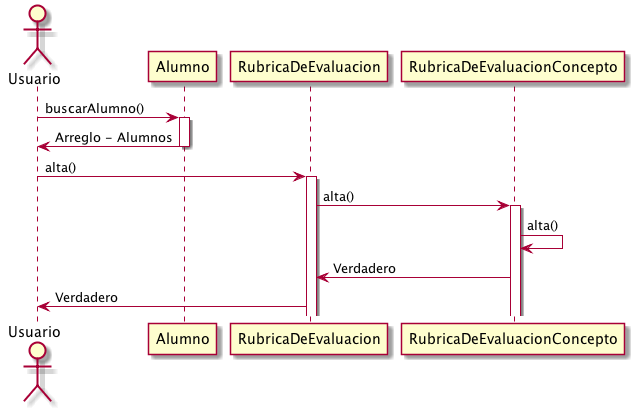
Earlier version of the PlantUML export diagramas/Sequencia/diagramaSecuenciaRubricaDeEvaluacion.png (axgtz/Residencias). Source of this version:
```plantuml
@startuml
actor Usuario

Usuario -> Alumno: buscarAlumno()
activate Alumno
Alumno -> Usuario: Arreglo - Alumnos
deactivate Alumno

Usuario -> RubricaDeEvaluacion: alta()
activate RubricaDeEvaluacion
RubricaDeEvaluacion -> RubricaDeEvaluacionConcepto: alta()
activate RubricaDeEvaluacionConcepto
RubricaDeEvaluacionConcepto -> RubricaDeEvaluacionConcepto: alta()

RubricaDeEvaluacionConcepto -> RubricaDeEvaluacion: Verdadero
RubricaDeEvaluacion -> Usuario: Verdadero


@enduml
```
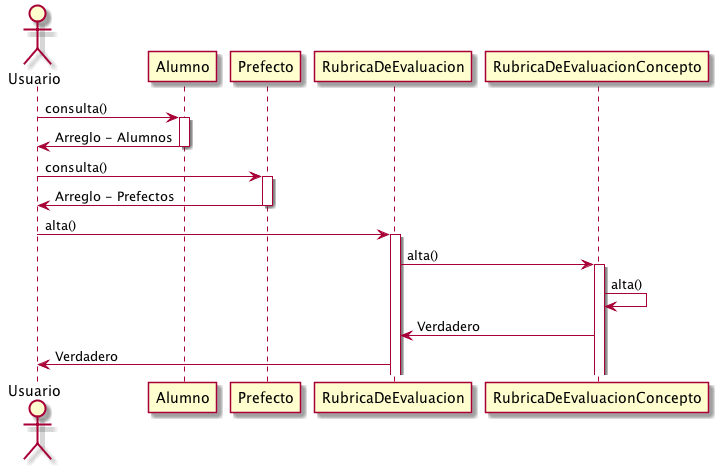
Above is the later version.

Commit message:
added all sequence diagramms

The edit, as a diff of the source:
```diff
@@ -1,10 +1,15 @@
 @startuml
 actor Usuario
 
-Usuario -> Alumno: buscarAlumno()
+Usuario -> Alumno: consulta()
 activate Alumno
 Alumno -> Usuario: Arreglo - Alumnos
 deactivate Alumno
+
+Usuario -> Prefecto: consulta()
+activate Prefecto
+Prefecto -> Usuario: Arreglo - Prefectos
+deactivate Prefecto
 
 Usuario -> RubricaDeEvaluacion: alta()
 activate RubricaDeEvaluacion
```
